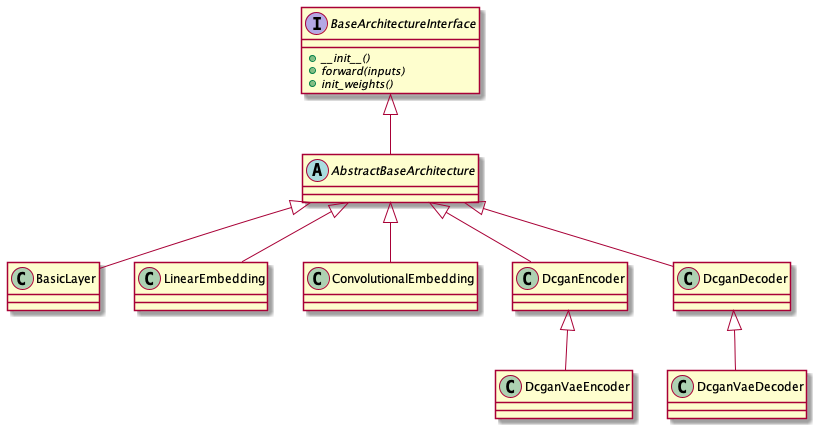
Before: UML/architecture.png, a diagram exported from PlantUML (Mrinal18/fusion).
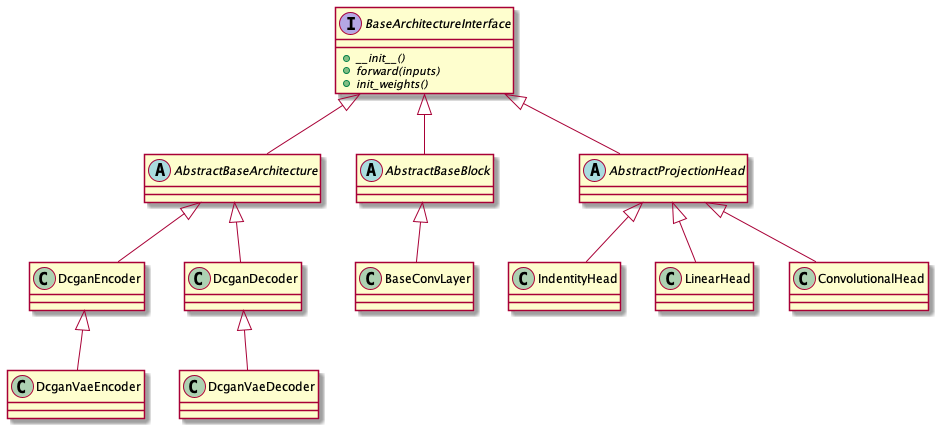
After the change.

Change to the diagram source:
```diff
@@ -11,14 +11,6 @@
 
 BaseArchitectureInterface <|-- AbstractBaseArchitecture
 
-class BasicLayer {}
-class LinearEmbedding {}
-class ConvolutionalEmbedding {}
-
-AbstractBaseArchitecture <|-- BasicLayer
-AbstractBaseArchitecture <|-- LinearEmbedding
-AbstractBaseArchitecture <|-- ConvolutionalEmbedding
-
 class DcganEncoder {}
 class DcganDecoder {}
 
@@ -31,4 +23,20 @@
 DcganEncoder <|-- DcganVaeEncoder
 DcganDecoder <|-- DcganVaeDecoder
 
+abstract AbstractBaseBlock {}
+class BaseConvLayer {}
+
+BaseArchitectureInterface <|-- AbstractBaseBlock
+AbstractBaseBlock <|-- BaseConvLayer
+
+abstract AbstractProjectionHead {}
+class IndentityHead {}
+class LinearHead {}
+class ConvolutionalHead {}
+
+BaseArchitectureInterface <|-- AbstractProjectionHead
+AbstractProjectionHead <|-- IndentityHead
+AbstractProjectionHead <|-- LinearHead
+AbstractProjectionHead <|-- ConvolutionalHead
+
 @enduml
```
